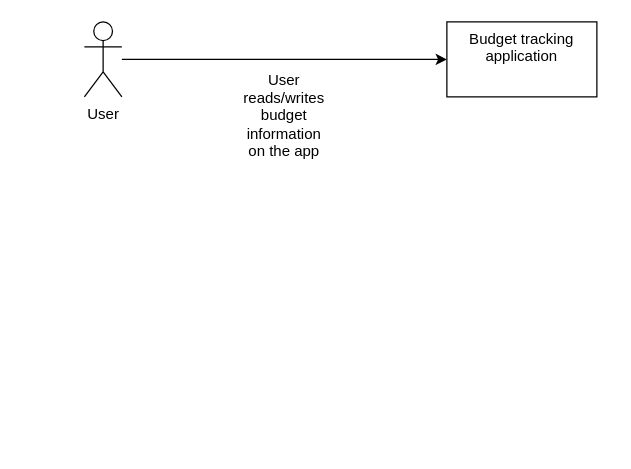
The draw.io diagram page "userWorkflow" (1 of 5) of budgetTrackerApp.drawio in sathishsekarss/drawIOFiles, before the edit. Source tidied: cells renumbered, new cells numbered last; positions are measured from the earlier drawing's top-left corner, leaving out a move shared by most shapes. Both pictures are drawn from the tidied source at 125%, with x=0, y=0 at pixel (84, 21).
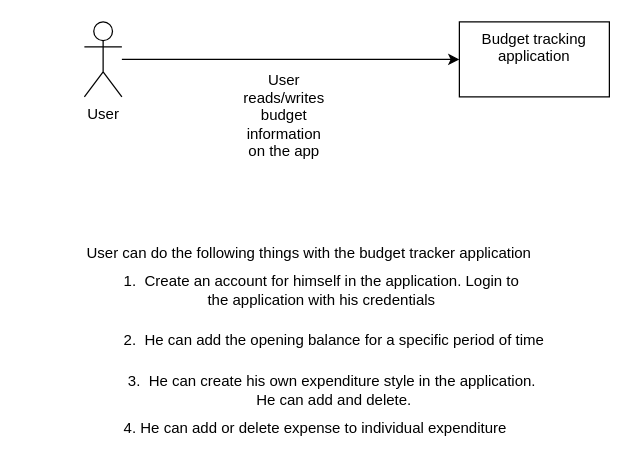
The same diagram, later.

The edit, as a diff of the source:
```diff
@@
 <mxGraphModel>
   <root>
     <mxCell id="0" />
     <mxCell id="1" parent="0" />
     <mxCell id="2" style="edgeStyle=orthogonalEdgeStyle;rounded=0;jettySize=auto;html=1;" parent="1" edge="1" source="3" target="4">
       <mxGeometry relative="1" as="geometry" />
     </mxCell>
     <mxCell id="3" value="User" style="shape=umlActor;verticalLabelPosition=bottom;verticalAlign=top;html=1;" parent="1" vertex="1">
       <mxGeometry width="30" height="60" as="geometry" />
     </mxCell>
     <mxCell id="4" value="Budget tracking application" style="whiteSpace=wrap;html=1;verticalAlign=top;" parent="1" vertex="1">
-      <mxGeometry x="290" width="120" height="60" as="geometry" />
+      <mxGeometry x="300" width="120" height="60" as="geometry" />
     </mxCell>
-    <mxCell id="5" value="User reads/writes budget information on the app" style="text;html=1;whiteSpace=wrap;strokeColor=none;fillColor=none;align=center;verticalAlign=middle;rounded=0;" parent="1" vertex="1">
+    <mxCell id="5" value="User reads/writes&lt;div&gt;&lt;span style=&quot;background-color: transparent; color: light-dark(rgb(0, 0, 0), rgb(255, 255, 255));&quot;&gt;budget information on the app&lt;/span&gt;&lt;/div&gt;" style="text;html=1;whiteSpace=wrap;strokeColor=none;fillColor=none;align=center;verticalAlign=middle;rounded=0;" parent="1" vertex="1">
       <mxGeometry x="130" y="60" width="60" height="30" as="geometry" />
     </mxCell>
+    <mxCell id="6" value="User can do the following things with the budget tracker application" style="text;html=1;whiteSpace=wrap;strokeColor=none;fillColor=none;align=center;verticalAlign=middle;rounded=0;" parent="1" vertex="1">
+      <mxGeometry x="-50" y="170" width="460" height="30" as="geometry" />
+    </mxCell>
+    <mxCell id="7" value="1.&amp;nbsp; Create an account for himself in the application. Login to the application with his credentials" style="text;html=1;whiteSpace=wrap;strokeColor=none;fillColor=none;align=center;verticalAlign=middle;rounded=0;" parent="1" vertex="1">
+      <mxGeometry x="30" y="200" width="320" height="30" as="geometry" />
+    </mxCell>
+    <mxCell id="8" value="3.&amp;nbsp; He can create his own expenditure style in the application.&amp;nbsp; He can add and delete." style="text;html=1;whiteSpace=wrap;strokeColor=none;fillColor=none;align=center;verticalAlign=middle;rounded=0;" parent="1" vertex="1">
+      <mxGeometry x="30" y="280" width="340" height="30" as="geometry" />
+    </mxCell>
+    <mxCell id="9" value="4. He can add or delete expense to individual expenditure" style="text;html=1;whiteSpace=wrap;strokeColor=none;fillColor=none;align=center;verticalAlign=middle;rounded=0;" parent="1" vertex="1">
+      <mxGeometry y="310" width="370" height="30" as="geometry" />
+    </mxCell>
+    <mxCell id="10" value="2.&amp;nbsp; He can add the opening balance for a specific period of time" style="text;html=1;whiteSpace=wrap;strokeColor=none;fillColor=none;align=center;verticalAlign=middle;rounded=0;" parent="1" vertex="1">
+      <mxGeometry x="30" y="240" width="340" height="30" as="geometry" />
+    </mxCell>
   </root>
 </mxGraphModel>
```
